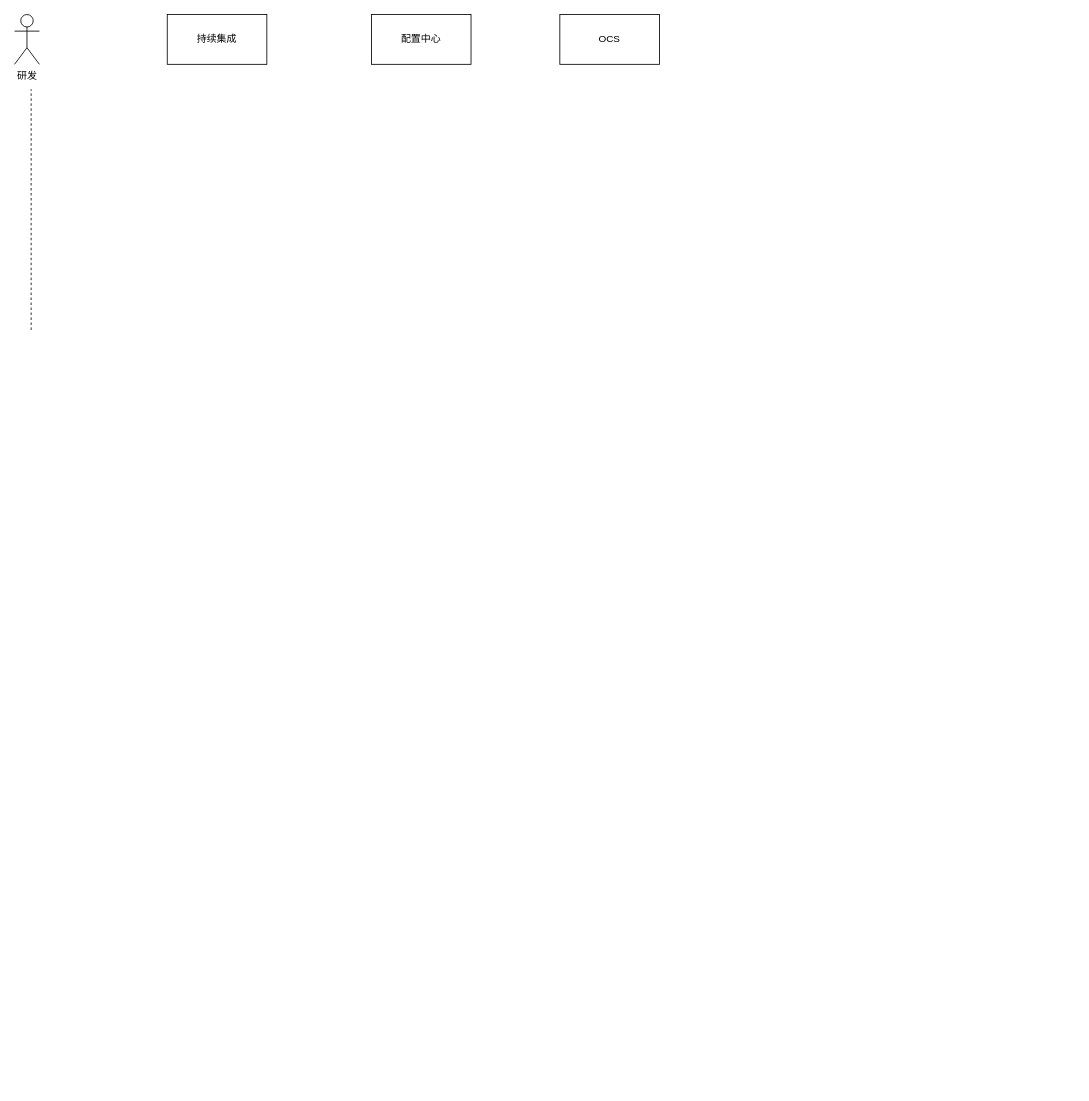
Earlier version of the draw.io diagram lighthouse时序图.drawio (Hantron/jira). Source tidied: cells renumbered, new cells numbered last; positions are measured from the earlier drawing's top-left corner, leaving out a move shared by most shapes. Both pictures are drawn from the tidied source at 83%, with x=0, y=0 at pixel (14, 14).
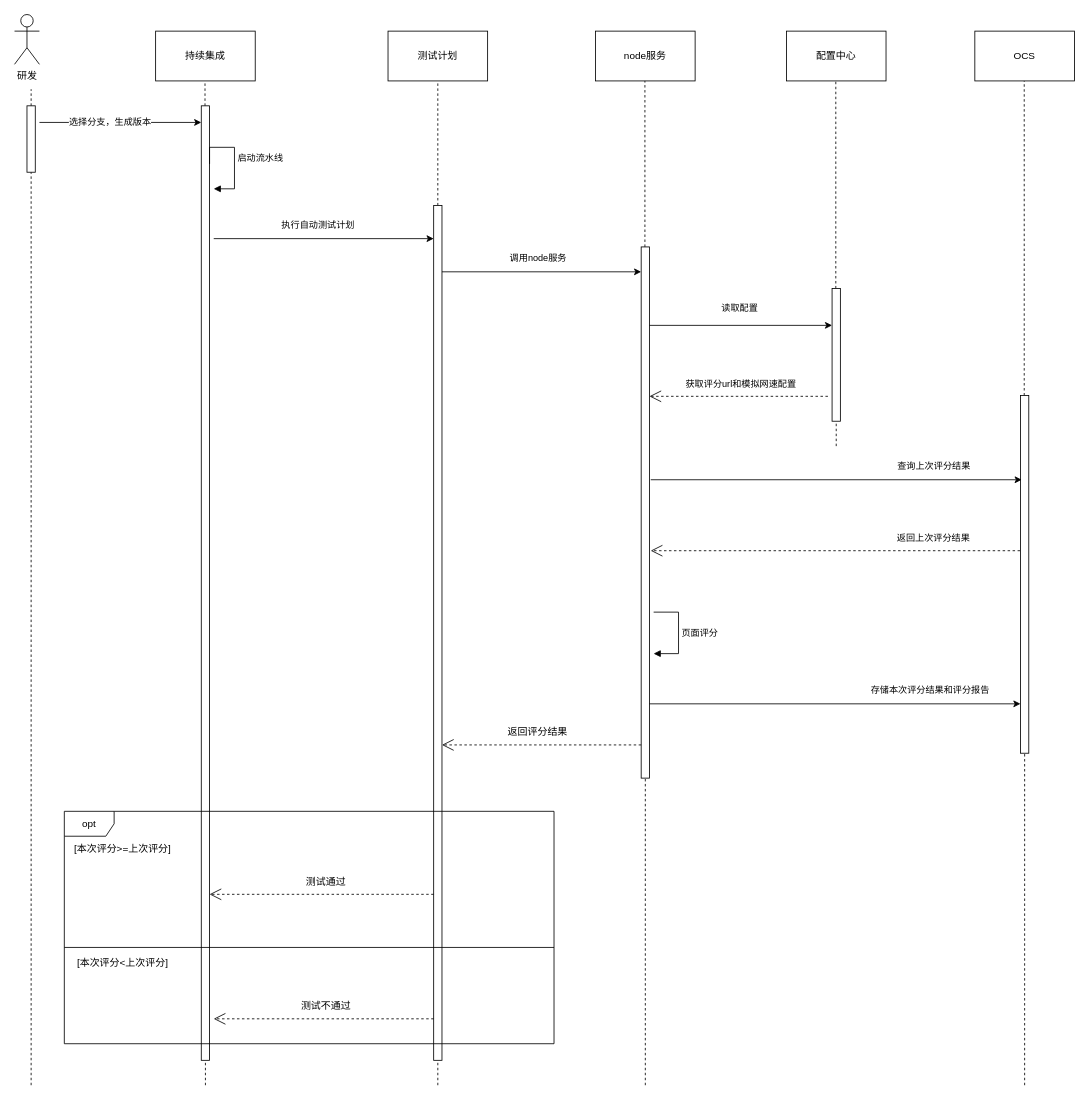
The same diagram, later.

Commit message:
更新lighthouse时序图.drawio

Change to the diagram source:
```diff
@@
     <mxCell id="3" value="配置中心" style="rounded=0;whiteSpace=wrap;html=1;" parent="1" vertex="1">
-      <mxGeometry x="430" width="120" height="60" as="geometry" />
+      <mxGeometry x="930" y="20" width="120" height="60" as="geometry" />
     </mxCell>
     <mxCell id="4" value="持续集成" style="rounded=0;whiteSpace=wrap;html=1;" parent="1" vertex="1">
-      <mxGeometry x="184" width="120" height="60" as="geometry" />
+      <mxGeometry x="170" y="20" width="120" height="60" as="geometry" />
     </mxCell>
     <mxCell id="5" value="OCS" style="rounded=0;whiteSpace=wrap;html=1;" parent="1" vertex="1">
-      <mxGeometry x="657" width="120" height="60" as="geometry" />
+      <mxGeometry x="1157" y="20" width="120" height="60" as="geometry" />
     </mxCell>
-    <mxCell id="6" style="endArrow=none;dashed=1;html=1;rounded=0;" parent="1" edge="1">
+    <mxCell id="6" style="endArrow=none;dashed=1;html=1;rounded=0;" parent="1" edge="1" source="11">
       <mxGeometry relative="1" as="geometry">
-        <mxPoint x="20" y="380" as="sourcePoint" />
         <mxPoint x="20" y="90" as="targetPoint" />
       </mxGeometry>
     </mxCell>
+    <mxCell id="7" style="endArrow=none;dashed=1;html=1;rounded=0;" parent="1" edge="1" source="13">
+      <mxGeometry relative="1" as="geometry">
+        <mxPoint x="229.5" y="80" as="targetPoint" />
+      </mxGeometry>
+    </mxCell>
+    <mxCell id="8" style="endArrow=none;dashed=1;html=1;rounded=0;" parent="1" edge="1" source="30">
+      <mxGeometry relative="1" as="geometry">
+        <mxPoint x="989.5" y="80" as="targetPoint" />
+      </mxGeometry>
+    </mxCell>
+    <mxCell id="9" style="endArrow=none;dashed=1;html=1;rounded=0;" parent="1" edge="1" source="37">
+      <mxGeometry relative="1" as="geometry">
+        <mxPoint x="1216.5" y="80" as="targetPoint" />
+      </mxGeometry>
+    </mxCell>
+    <mxCell id="10" style="endArrow=none;dashed=1;html=1;rounded=0;" parent="1" edge="1" target="11">
+      <mxGeometry relative="1" as="geometry">
+        <mxPoint x="20" y="1290" as="sourcePoint" />
+      </mxGeometry>
+    </mxCell>
+    <mxCell id="11" style="html=1;points=[[0,0,0,0,5],[0,1,0,0,-5],[1,0,0,0,5],[1,1,0,0,-5]];perimeter=orthogonalPerimeter;outlineConnect=0;targetShapes=umlLifeline;portConstraint=eastwest;newEdgeStyle={&quot;curved&quot;:0,&quot;rounded&quot;:0};" parent="1" vertex="1">
+      <mxGeometry x="15" y="110" width="10" height="80" as="geometry" />
+    </mxCell>
+    <mxCell id="12" style="endArrow=none;dashed=1;html=1;rounded=0;" parent="1" edge="1" target="13">
+      <mxGeometry relative="1" as="geometry">
+        <mxPoint x="230" y="1290" as="sourcePoint" />
+      </mxGeometry>
+    </mxCell>
+    <mxCell id="13" style="html=1;points=[[0,0,0,0,5],[0,1,0,0,-5],[1,0,0,0,5],[1,1,0,0,-5]];perimeter=orthogonalPerimeter;outlineConnect=0;targetShapes=umlLifeline;portConstraint=eastwest;newEdgeStyle={&quot;curved&quot;:0,&quot;rounded&quot;:0};" parent="1" vertex="1">
+      <mxGeometry x="225" y="110" width="10" height="1150" as="geometry" />
+    </mxCell>
+    <mxCell id="14" style="endArrow=classic;html=1;rounded=0;" parent="1" edge="1" target="13">
+      <mxGeometry relative="1" as="geometry">
+        <mxPoint x="30" y="130" as="sourcePoint" />
+      </mxGeometry>
+    </mxCell>
+    <mxCell id="15" value="选择分支，生成版本" style="edgeLabel;html=1;align=center;verticalAlign=middle;" parent="14" vertex="1">
+      <mxGeometry x="-0.14" y="1" relative="1" as="geometry" />
+    </mxCell>
+    <mxCell id="16" value="启动流水线" style="html=1;align=left;spacingLeft=2;endArrow=block;rounded=0;edgeStyle=orthogonalEdgeStyle;curved=0;rounded=0;" parent="1" edge="1">
+      <mxGeometry relative="1" as="geometry">
+        <mxPoint x="235" y="180" as="sourcePoint" />
+        <mxPoint x="240" y="210" as="targetPoint" />
+        <Array as="points">
+          <mxPoint x="235" y="160" />
+          <mxPoint x="265" y="160" />
+          <mxPoint x="265" y="210" />
+        </Array>
+      </mxGeometry>
+    </mxCell>
+    <mxCell id="17" value="测试计划" style="rounded=0;whiteSpace=wrap;html=1;" parent="1" vertex="1">
+      <mxGeometry x="450" y="20" width="120" height="60" as="geometry" />
+    </mxCell>
+    <mxCell id="18" style="endArrow=none;dashed=1;html=1;rounded=0;entryX=0.5;entryY=1;entryDx=0;entryDy=0;" parent="1" edge="1" source="20" target="17">
+      <mxGeometry relative="1" as="geometry" />
+    </mxCell>
+    <mxCell id="19" style="endArrow=none;dashed=1;html=1;rounded=0;entryX=0.5;entryY=1;entryDx=0;entryDy=0;" parent="1" edge="1" target="20">
+      <mxGeometry relative="1" as="geometry">
+        <mxPoint x="510" y="1290" as="sourcePoint" />
+      </mxGeometry>
+    </mxCell>
+    <mxCell id="20" style="html=1;points=[[0,0,0,0,5],[0,1,0,0,-5],[1,0,0,0,5],[1,1,0,0,-5]];perimeter=orthogonalPerimeter;outlineConnect=0;targetShapes=umlLifeline;portConstraint=eastwest;newEdgeStyle={&quot;curved&quot;:0,&quot;rounded&quot;:0};" parent="1" vertex="1">
+      <mxGeometry x="505" y="230" width="10" height="1030" as="geometry" />
+    </mxCell>
+    <mxCell id="21" value="&lt;span style=&quot;color: rgb(0, 0, 0); font-family: Helvetica; font-size: 11px; font-style: normal; font-variant-ligatures: normal; font-variant-caps: normal; font-weight: 400; letter-spacing: normal; orphans: 2; text-align: left; text-indent: 0px; text-transform: none; widows: 2; word-spacing: 0px; -webkit-text-stroke-width: 0px; white-space: nowrap; background-color: rgb(255, 255, 255); text-decoration-thickness: initial; text-decoration-style: initial; text-decoration-color: initial; display: inline !important; float: none;&quot;&gt;执行自动&lt;/span&gt;&lt;span style=&quot;font-size: 11px; text-wrap: nowrap; background-color: initial;&quot;&gt;测试计划&lt;/span&gt;" style="text;whiteSpace=wrap;html=1;" parent="1" vertex="1">
+      <mxGeometry x="320" y="240" width="90" height="30" as="geometry" />
+    </mxCell>
+    <mxCell id="22" style="endArrow=classic;html=1;rounded=0;exitX=1.5;exitY=0.609;exitDx=0;exitDy=0;exitPerimeter=0;" parent="1" edge="1">
+      <mxGeometry relative="1" as="geometry">
+        <mxPoint x="240" y="270" as="sourcePoint" />
+        <mxPoint x="505" y="270" as="targetPoint" />
+      </mxGeometry>
+    </mxCell>
+    <mxCell id="23" value="node服务" style="rounded=0;whiteSpace=wrap;html=1;" parent="1" vertex="1">
+      <mxGeometry x="700" y="20" width="120" height="60" as="geometry" />
+    </mxCell>
+    <mxCell id="24" style="endArrow=none;dashed=1;html=1;rounded=0;" parent="1" edge="1" source="26">
+      <mxGeometry relative="1" as="geometry">
+        <mxPoint x="759.5" y="80" as="targetPoint" />
+      </mxGeometry>
+    </mxCell>
+    <mxCell id="25" style="endArrow=none;dashed=1;html=1;rounded=0;" parent="1" edge="1" target="26">
+      <mxGeometry relative="1" as="geometry">
+        <mxPoint x="760" y="1290" as="sourcePoint" />
+      </mxGeometry>
+    </mxCell>
+    <mxCell id="26" style="html=1;points=[[0,0,0,0,5],[0,1,0,0,-5],[1,0,0,0,5],[1,1,0,0,-5]];perimeter=orthogonalPerimeter;outlineConnect=0;targetShapes=umlLifeline;portConstraint=eastwest;newEdgeStyle={&quot;curved&quot;:0,&quot;rounded&quot;:0};" parent="1" vertex="1">
+      <mxGeometry x="755" y="280" width="10" height="640" as="geometry" />
+    </mxCell>
+    <mxCell id="27" value="&lt;span style=&quot;font-size: 11px; text-wrap: nowrap; background-color: rgb(255, 255, 255);&quot;&gt;调用node服务&lt;/span&gt;" style="text;whiteSpace=wrap;html=1;" parent="1" vertex="1">
+      <mxGeometry x="595" y="280" width="90" height="30" as="geometry" />
+    </mxCell>
+    <mxCell id="28" style="endArrow=classic;html=1;rounded=0;exitX=1.5;exitY=0.609;exitDx=0;exitDy=0;exitPerimeter=0;" parent="1" edge="1">
+      <mxGeometry relative="1" as="geometry">
+        <mxPoint x="515" y="310" as="sourcePoint" />
+        <mxPoint x="755" y="310" as="targetPoint" />
+      </mxGeometry>
+    </mxCell>
+    <mxCell id="29" style="endArrow=none;dashed=1;html=1;rounded=0;" parent="1" edge="1" target="30">
+      <mxGeometry relative="1" as="geometry">
+        <mxPoint x="990" y="520" as="sourcePoint" />
+      </mxGeometry>
+    </mxCell>
+    <mxCell id="30" style="html=1;points=[[0,0,0,0,5],[0,1,0,0,-5],[1,0,0,0,5],[1,1,0,0,-5]];perimeter=orthogonalPerimeter;outlineConnect=0;targetShapes=umlLifeline;portConstraint=eastwest;newEdgeStyle={&quot;curved&quot;:0,&quot;rounded&quot;:0};" parent="1" vertex="1">
+      <mxGeometry x="985" y="330" width="10" height="160" as="geometry" />
+    </mxCell>
+    <mxCell id="31" value="&lt;span style=&quot;font-size: 11px; text-wrap: nowrap; background-color: rgb(255, 255, 255);&quot;&gt;读取配置&lt;/span&gt;" style="text;whiteSpace=wrap;html=1;" parent="1" vertex="1">
+      <mxGeometry x="850" y="340" width="50" height="30" as="geometry" />
+    </mxCell>
+    <mxCell id="32" style="endArrow=classic;html=1;rounded=0;exitX=1.5;exitY=0.609;exitDx=0;exitDy=0;exitPerimeter=0;" parent="1" edge="1" target="30">
+      <mxGeometry relative="1" as="geometry">
+        <mxPoint x="765" y="374.5" as="sourcePoint" />
+      </mxGeometry>
+    </mxCell>
+    <mxCell id="33" style="endArrow=open;endFill=1;endSize=12;html=1;rounded=0;dashed=1;" parent="1" edge="1" target="26">
+      <mxGeometry relative="1" as="geometry">
+        <mxPoint x="980" y="460" as="sourcePoint" />
+      </mxGeometry>
+    </mxCell>
+    <mxCell id="34" value="&lt;span style=&quot;font-size: 11px; text-align: left; background-color: rgb(255, 255, 255);&quot;&gt;获取评分url和模拟网速配置&lt;/span&gt;" style="text;html=1;align=center;verticalAlign=middle;strokeColor=none;fillColor=none;" parent="1" vertex="1">
+      <mxGeometry x="795" y="430" width="160" height="30" as="geometry" />
+    </mxCell>
+    <mxCell id="35" value="页面评分" style="html=1;align=left;spacingLeft=2;endArrow=block;rounded=0;edgeStyle=orthogonalEdgeStyle;curved=0;rounded=0;" parent="1" edge="1">
+      <mxGeometry relative="1" as="geometry">
+        <mxPoint x="770" y="720" as="sourcePoint" />
+        <mxPoint x="770" y="770" as="targetPoint" />
+        <Array as="points">
+          <mxPoint x="800" y="720" />
+          <mxPoint x="800" y="770" />
+        </Array>
+      </mxGeometry>
+    </mxCell>
+    <mxCell id="36" style="endArrow=none;dashed=1;html=1;rounded=0;" parent="1" edge="1" target="37">
+      <mxGeometry relative="1" as="geometry">
+        <mxPoint x="1217" y="1290" as="sourcePoint" />
+      </mxGeometry>
+    </mxCell>
+    <mxCell id="37" style="html=1;points=[[0,0,0,0,5],[0,1,0,0,-5],[1,0,0,0,5],[1,1,0,0,-5]];perimeter=orthogonalPerimeter;outlineConnect=0;targetShapes=umlLifeline;portConstraint=eastwest;newEdgeStyle={&quot;curved&quot;:0,&quot;rounded&quot;:0};" parent="1" vertex="1">
+      <mxGeometry x="1212" y="459" width="10" height="431" as="geometry" />
+    </mxCell>
+    <mxCell id="38" value="&lt;span style=&quot;font-size: 11px; text-wrap: nowrap; background-color: rgb(255, 255, 255);&quot;&gt;查询上次评分结果&lt;/span&gt;" style="text;whiteSpace=wrap;html=1;" parent="1" vertex="1">
+      <mxGeometry x="1061.5" y="530" width="50" height="30" as="geometry" />
+    </mxCell>
+    <mxCell id="39" style="endArrow=classic;html=1;rounded=0;exitX=1.5;exitY=0.609;exitDx=0;exitDy=0;exitPerimeter=0;" parent="1" edge="1">
+      <mxGeometry relative="1" as="geometry">
+        <mxPoint x="766.5" y="560.5" as="sourcePoint" />
+        <mxPoint x="1213.5" y="560.5" as="targetPoint" />
+      </mxGeometry>
+    </mxCell>
+    <mxCell id="40" style="endArrow=open;endFill=1;endSize=12;html=1;rounded=0;dashed=1;" parent="1" edge="1">
+      <mxGeometry relative="1" as="geometry">
+        <mxPoint x="1211.5" y="646" as="sourcePoint" />
+        <mxPoint x="766.5" y="646" as="targetPoint" />
+      </mxGeometry>
+    </mxCell>
+    <mxCell id="41" value="&lt;span style=&quot;font-size: 11px; text-align: left; background-color: rgb(255, 255, 255);&quot;&gt;返回上次评分结果&lt;/span&gt;" style="text;html=1;align=center;verticalAlign=middle;strokeColor=none;fillColor=none;" parent="1" vertex="1">
+      <mxGeometry x="1051.5" y="616" width="110" height="30" as="geometry" />
+    </mxCell>
+    <mxCell id="42" value="&lt;span style=&quot;font-size: 11px; text-wrap: nowrap; background-color: rgb(255, 255, 255);&quot;&gt;存储本次评分结果和评分报告&lt;/span&gt;" style="text;whiteSpace=wrap;html=1;" parent="1" vertex="1">
+      <mxGeometry x="1030" y="800" width="50" height="30" as="geometry" />
+    </mxCell>
+    <mxCell id="43" style="endArrow=classic;html=1;rounded=0;exitX=1.5;exitY=0.609;exitDx=0;exitDy=0;exitPerimeter=0;" parent="1" edge="1">
+      <mxGeometry relative="1" as="geometry">
+        <mxPoint x="765" y="830.5" as="sourcePoint" />
+        <mxPoint x="1212" y="830.5" as="targetPoint" />
+      </mxGeometry>
+    </mxCell>
+    <mxCell id="44" style="endArrow=open;endFill=1;endSize=12;html=1;rounded=0;dashed=1;" parent="1" edge="1" target="20">
+      <mxGeometry relative="1" as="geometry">
+        <mxPoint x="755" y="880" as="sourcePoint" />
+      </mxGeometry>
+    </mxCell>
+    <mxCell id="45" value="返回评分结果" style="text;html=1;align=center;verticalAlign=middle;strokeColor=none;fillColor=none;" parent="1" vertex="1">
+      <mxGeometry x="580" y="850" width="100" height="30" as="geometry" />
+    </mxCell>
+    <mxCell id="46" value="opt" style="shape=umlFrame;whiteSpace=wrap;html=1;" parent="1" vertex="1">
+      <mxGeometry x="60" y="960" width="590" height="280" as="geometry" />
+    </mxCell>
+    <mxCell id="47" value="[本次评分&amp;gt;=上次评分]" style="text;html=1;align=center;verticalAlign=middle;strokeColor=none;fillColor=none;" parent="1" vertex="1">
+      <mxGeometry x="60" y="990" width="140" height="30" as="geometry" />
+    </mxCell>
+    <mxCell id="48" style="endArrow=open;endFill=1;endSize=12;html=1;rounded=0;dashed=1;" parent="1" edge="1">
+      <mxGeometry relative="1" as="geometry">
+        <mxPoint x="505" y="1060" as="sourcePoint" />
+        <mxPoint x="235" y="1060" as="targetPoint" />
+      </mxGeometry>
+    </mxCell>
+    <mxCell id="49" value="测试通过" style="text;html=1;align=center;verticalAlign=middle;strokeColor=none;fillColor=none;" parent="1" vertex="1">
+      <mxGeometry x="340" y="1030" width="70" height="30" as="geometry" />
+    </mxCell>
+    <mxCell id="50" style="line;strokeWidth=1;fillColor=none;align=left;verticalAlign=middle;spacingTop=-1;spacingLeft=3;spacingRight=3;labelPosition=right;strokeColor=inherit;" parent="1" vertex="1">
+      <mxGeometry x="60" y="1120" width="590" height="8" as="geometry" />
+    </mxCell>
+    <mxCell id="51" style="endArrow=open;endFill=1;endSize=12;html=1;rounded=0;dashed=1;" parent="1" edge="1" source="20">
+      <mxGeometry relative="1" as="geometry">
+        <mxPoint x="240" y="1210" as="targetPoint" />
+      </mxGeometry>
+    </mxCell>
+    <mxCell id="52" value="测试不通过" style="text;html=1;align=center;verticalAlign=middle;strokeColor=none;fillColor=none;" parent="1" vertex="1">
+      <mxGeometry x="335" y="1180" width="80" height="30" as="geometry" />
+    </mxCell>
+    <mxCell id="53" value="[本次评分&amp;lt;上次评分]" style="text;html=1;align=center;verticalAlign=middle;strokeColor=none;fillColor=none;" parent="1" vertex="1">
+      <mxGeometry x="65" y="1128" width="130" height="30" as="geometry" />
+    </mxCell>
```
